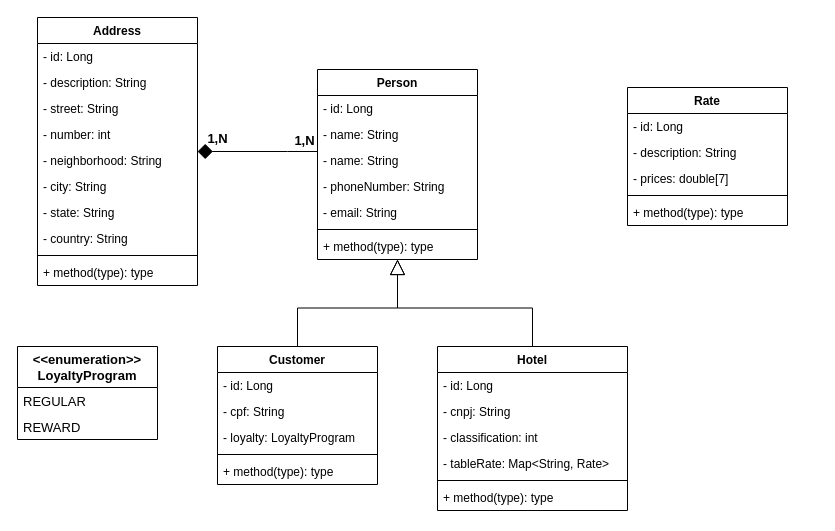
Before: src/main/resources/ClassDiagram.drawio in andrehgustavo/hotel-reservation-service, a draw.io diagram. Source tidied: cells renumbered, new cells numbered last; positions are measured from the earlier drawing's top-left corner, leaving out a move shared by most shapes. Both pictures are drawn from the tidied source at 100%, with x=0, y=0 at pixel (17, 17).
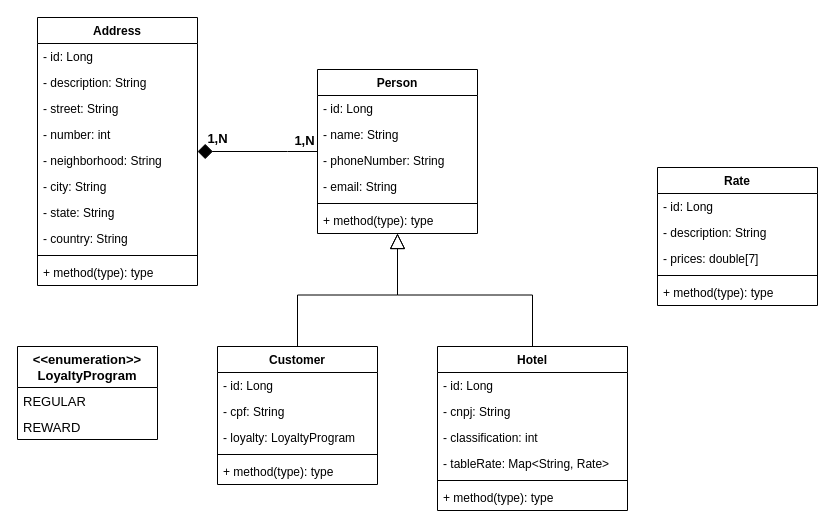
The same diagram, later.

What changed in the source:
```diff
@@
     <mxCell id="10" value="Rate" style="swimlane;fontStyle=1;align=center;verticalAlign=top;horizontal=1;startSize=26;" parent="1" vertex="1">
-      <mxGeometry x="610" y="70" width="160" height="138" as="geometry" />
+      <mxGeometry x="640" y="150" width="160" height="138" as="geometry" />
     </mxCell>
@@
     <mxCell id="37" value="Person" style="swimlane;fontStyle=1;align=center;verticalAlign=top;horizontal=1;startSize=26;" parent="1" vertex="1">
-      <mxGeometry x="300" y="52" width="160" height="190" as="geometry" />
+      <mxGeometry x="300" y="52" width="160" height="164" as="geometry" />
     </mxCell>
@@
-    <mxCell id="40" value="- name: String" style="text;strokeColor=none;fillColor=none;align=left;verticalAlign=top;spacingLeft=4;spacingRight=4;overflow=hidden;" parent="37" vertex="1">
-      <mxGeometry y="78" width="160" height="26" as="geometry" />
-    </mxCell>
     <mxCell id="41" value="- phoneNumber: String" style="text;strokeColor=none;fillColor=none;align=left;verticalAlign=top;spacingLeft=4;spacingRight=4;overflow=hidden;" parent="37" vertex="1">
-      <mxGeometry y="104" width="160" height="26" as="geometry" />
+      <mxGeometry y="78" width="160" height="26" as="geometry" />
     </mxCell>
     <mxCell id="42" value="- email: String" style="text;strokeColor=none;fillColor=none;align=left;verticalAlign=top;spacingLeft=4;spacingRight=4;overflow=hidden;" parent="37" vertex="1">
-      <mxGeometry y="130" width="160" height="26" as="geometry" />
+      <mxGeometry y="104" width="160" height="26" as="geometry" />
     </mxCell>
     <mxCell id="43" style="line;strokeWidth=1;fillColor=none;align=left;verticalAlign=middle;spacingTop=-1;spacingLeft=3;spacingRight=3;labelPosition=right;" parent="37" vertex="1">
-      <mxGeometry y="156" width="160" height="8" as="geometry" />
+      <mxGeometry y="130" width="160" height="8" as="geometry" />
     </mxCell>
     <mxCell id="44" value="+ method(type): type" style="text;strokeColor=none;fillColor=none;align=left;verticalAlign=top;spacingLeft=4;spacingRight=4;overflow=hidden;" parent="37" vertex="1">
-      <mxGeometry y="164" width="160" height="26" as="geometry" />
+      <mxGeometry y="138" width="160" height="26" as="geometry" />
     </mxCell>
```
